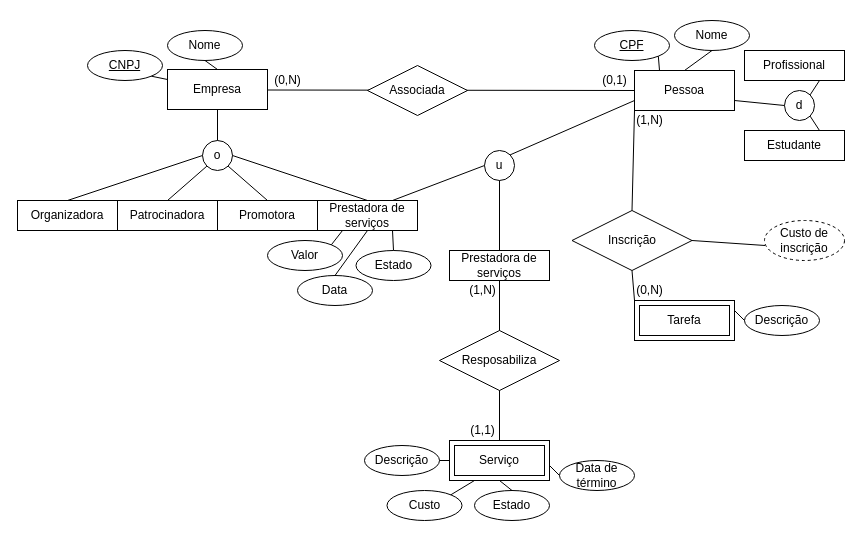
VictorZuccolotto/TesteGit keeps this draw.io diagram as Untitled Diagram.drawio. Above is the earlier version. Source tidied: cells renumbered, new cells numbered last; positions are measured from the earlier drawing's top-left corner, leaving out a move shared by most shapes. Both pictures are drawn from the tidied source at 100%, with x=0, y=0 at pixel (17, 20).
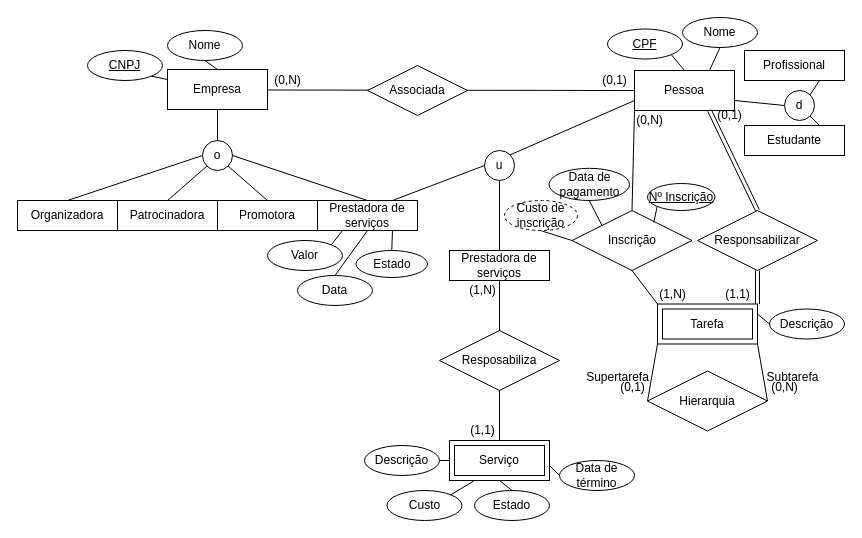
After the change.

The change refers to these unchanged cells:
```xml
<mxCell id="3" value="Pessoa" style="whiteSpace=wrap;html=1;align=center;" parent="1" vertex="1">
  <mxGeometry x="617" y="50" width="100" height="40" as="geometry" />
</mxCell>
<mxCell id="21" value="Inscrição" style="shape=rhombus;perimeter=rhombusPerimeter;whiteSpace=wrap;html=1;align=center;" parent="1" vertex="1">
  <mxGeometry x="554.5" y="190" width="120" height="60" as="geometry" />
</mxCell>
```

The edit, as a diff of the source:
```diff
@@
     <mxCell id="9" value="CPF" style="ellipse;whiteSpace=wrap;html=1;align=center;fontStyle=4;" parent="1" vertex="1">
-      <mxGeometry x="577" y="10" width="75" height="30" as="geometry" />
+      <mxGeometry x="590" y="8.5" width="75" height="30" as="geometry" />
     </mxCell>
@@
     <mxCell id="11" value="Nome" style="ellipse;whiteSpace=wrap;html=1;align=center;" parent="1" vertex="1">
-      <mxGeometry x="657" width="75" height="30" as="geometry" />
+      <mxGeometry x="665" y="-3" width="75" height="30" as="geometry" />
     </mxCell>
@@
     <mxCell id="17" value="Estudante" style="whiteSpace=wrap;html=1;align=center;" parent="1" vertex="1">
-      <mxGeometry x="727" y="110" width="100" height="30" as="geometry" />
+      <mxGeometry x="727" y="105" width="100" height="30" as="geometry" />
     </mxCell>
@@
     <mxCell id="30" value="Descrição" style="ellipse;whiteSpace=wrap;html=1;align=center;" parent="1" vertex="1">
-      <mxGeometry x="727" y="285" width="75" height="30" as="geometry" />
+      <mxGeometry x="752" y="288.5" width="75" height="30" as="geometry" />
     </mxCell>
-    <mxCell id="31" value="(1,N)" style="text;html=1;align=center;verticalAlign=middle;" parent="1" vertex="1">
+    <mxCell id="31" value="(0,N)" style="text;html=1;align=center;verticalAlign=middle;" parent="1" vertex="1">
       <mxGeometry x="612" y="90" width="40" height="20" as="geometry" />
     </mxCell>
@@
-    <mxCell id="49" style="endArrow=none;html=1;rounded=0;entryX=0;entryY=0;entryDx=0;entryDy=0;exitX=0.5;exitY=1;exitDx=0;exitDy=0;" parent="1" edge="1" source="21">
-      <mxGeometry relative="1" as="geometry">
-        <mxPoint x="617" y="280" as="targetPoint" />
-      </mxGeometry>
+    <mxCell id="49" style="endArrow=none;html=1;rounded=0;entryX=0;entryY=0;entryDx=0;entryDy=0;exitX=0.5;exitY=1;exitDx=0;exitDy=0;" parent="1" edge="1" source="21" target="53">
+      <mxGeometry relative="1" as="geometry" />
     </mxCell>
-    <mxCell id="50" value="(0,N)" style="text;html=1;align=center;verticalAlign=middle;" parent="1" vertex="1">
-      <mxGeometry x="612" y="260" width="40" height="20" as="geometry" />
+    <mxCell id="50" value="(1,N)" style="text;html=1;align=center;verticalAlign=middle;" parent="1" vertex="1">
+      <mxGeometry x="634.5" y="263.5" width="40" height="20" as="geometry" />
     </mxCell>
-    <mxCell id="51" style="endArrow=none;html=1;rounded=0;entryX=0.008;entryY=0.625;entryDx=0;entryDy=0;exitX=1;exitY=0.5;exitDx=0;exitDy=0;entryPerimeter=0;" parent="1" edge="1" source="21" target="52">
+    <mxCell id="51" style="endArrow=none;html=1;rounded=0;entryX=0.008;entryY=0.625;entryDx=0;entryDy=0;entryPerimeter=0;exitX=0;exitY=0.5;exitDx=0;exitDy=0;" parent="1" edge="1" source="21" target="52">
       <mxGeometry relative="1" as="geometry" />
     </mxCell>
     <mxCell id="52" value="Custo de inscrição" style="ellipse;whiteSpace=wrap;html=1;align=center;dashed=1;" parent="1" vertex="1">
-      <mxGeometry x="747" y="200" width="80" height="40" as="geometry" />
+      <mxGeometry x="487" y="180" width="73" height="30" as="geometry" />
     </mxCell>
     <mxCell id="53" value="Tarefa" style="shape=ext;margin=3;double=1;whiteSpace=wrap;html=1;align=center;" parent="1" vertex="1">
-      <mxGeometry x="617" y="280" width="100" height="40" as="geometry" />
+      <mxGeometry x="640" y="283.5" width="100" height="40" as="geometry" />
     </mxCell>
@@
-    <mxCell id="55" style="endArrow=none;html=1;rounded=0;entryX=1;entryY=1;entryDx=0;entryDy=0;exitX=0.25;exitY=0;exitDx=0;exitDy=0;" parent="1" edge="1" source="3" target="9">
+    <mxCell id="55" style="endArrow=none;html=1;rounded=0;entryX=1;entryY=1;entryDx=0;entryDy=0;exitX=0.5;exitY=0;exitDx=0;exitDy=0;" parent="1" edge="1" source="3" target="9">
       <mxGeometry relative="1" as="geometry" />
     </mxCell>
-    <mxCell id="56" style="endArrow=none;html=1;rounded=0;entryX=0.5;entryY=1;entryDx=0;entryDy=0;exitX=0.5;exitY=0;exitDx=0;exitDy=0;" parent="1" edge="1" source="3" target="11">
+    <mxCell id="56" style="endArrow=none;html=1;rounded=0;entryX=0.5;entryY=1;entryDx=0;entryDy=0;exitX=0.75;exitY=0;exitDx=0;exitDy=0;" parent="1" edge="1" source="3" target="11">
       <mxGeometry relative="1" as="geometry" />
     </mxCell>
@@
     <mxCell id="59" value="Estado" style="ellipse;whiteSpace=wrap;html=1;align=center;" parent="1" vertex="1">
-      <mxGeometry x="338.5" y="230" width="75" height="30" as="geometry" />
+      <mxGeometry x="338.5" y="230" width="71.5" height="27" as="geometry" />
     </mxCell>
@@
+    <mxCell id="66" value="Hierarquia" style="shape=rhombus;perimeter=rhombusPerimeter;whiteSpace=wrap;html=1;align=center;" parent="1" vertex="1">
+      <mxGeometry x="630" y="350.5" width="120" height="60" as="geometry" />
+    </mxCell>
+    <mxCell id="67" style="endArrow=none;html=1;rounded=0;entryX=0;entryY=1;entryDx=0;entryDy=0;exitX=0;exitY=0.5;exitDx=0;exitDy=0;" parent="1" edge="1" source="66" target="53">
+      <mxGeometry relative="1" as="geometry" />
+    </mxCell>
+    <mxCell id="68" style="endArrow=none;html=1;rounded=0;entryX=1;entryY=1;entryDx=0;entryDy=0;exitX=1;exitY=0.5;exitDx=0;exitDy=0;" parent="1" edge="1" source="66" target="53">
+      <mxGeometry relative="1" as="geometry" />
+    </mxCell>
+    <mxCell id="69" value="Supertarefa" style="text;html=1;align=center;verticalAlign=middle;" parent="1" vertex="1">
+      <mxGeometry x="560" y="347" width="80" height="20" as="geometry" />
+    </mxCell>
+    <mxCell id="70" value="Subtarefa" style="text;html=1;align=center;verticalAlign=middle;" parent="1" vertex="1">
+      <mxGeometry x="740" y="347" width="70" height="20" as="geometry" />
+    </mxCell>
+    <mxCell id="71" value="(0,1)" style="text;html=1;align=center;verticalAlign=middle;" parent="1" vertex="1">
+      <mxGeometry x="594.5" y="357" width="40" height="20" as="geometry" />
+    </mxCell>
+    <mxCell id="72" value="(0,N)" style="text;html=1;align=center;verticalAlign=middle;" parent="1" vertex="1">
+      <mxGeometry x="747" y="357" width="40" height="20" as="geometry" />
+    </mxCell>
+    <mxCell id="73" value="Responsabilizar" style="shape=rhombus;perimeter=rhombusPerimeter;whiteSpace=wrap;html=1;align=center;" parent="1" vertex="1">
+      <mxGeometry x="680" y="190" width="120" height="60" as="geometry" />
+    </mxCell>
+    <mxCell id="74" style="shape=link;html=1;rounded=0;entryX=0.75;entryY=1;entryDx=0;entryDy=0;exitX=0.5;exitY=0;exitDx=0;exitDy=0;" parent="1" edge="1" source="73" target="3">
+      <mxGeometry relative="1" as="geometry" />
+    </mxCell>
+    <mxCell id="75" style="shape=link;html=1;rounded=0;exitX=0.5;exitY=1;exitDx=0;exitDy=0;entryX=1;entryY=0;entryDx=0;entryDy=0;" parent="1" edge="1" source="73" target="53">
+      <mxGeometry relative="1" as="geometry" />
+    </mxCell>
+    <mxCell id="76" value="(0,1)" style="text;html=1;align=center;verticalAlign=middle;" parent="1" vertex="1">
+      <mxGeometry x="692" y="85" width="40" height="20" as="geometry" />
+    </mxCell>
+    <mxCell id="77" value="(1,1)" style="text;html=1;align=center;verticalAlign=middle;" parent="1" vertex="1">
+      <mxGeometry x="700" y="263.5" width="40" height="20" as="geometry" />
+    </mxCell>
+    <mxCell id="78" value="Nº Inscrição" style="ellipse;whiteSpace=wrap;html=1;align=center;fontStyle=4;" parent="1" vertex="1">
+      <mxGeometry x="630" y="163" width="67.5" height="27" as="geometry" />
+    </mxCell>
+    <mxCell id="79" style="endArrow=none;html=1;rounded=0;entryX=0;entryY=1;entryDx=0;entryDy=0;exitX=0.681;exitY=0.2;exitDx=0;exitDy=0;exitPerimeter=0;" parent="1" edge="1" source="21" target="78">
+      <mxGeometry relative="1" as="geometry" />
+    </mxCell>
+    <mxCell id="80" value="Data de pagamento" style="ellipse;whiteSpace=wrap;html=1;align=center;" parent="1" vertex="1">
+      <mxGeometry x="531.5" y="147.8" width="80.5" height="32.2" as="geometry" />
+    </mxCell>
+    <mxCell id="81" style="endArrow=none;html=1;rounded=0;entryX=0.5;entryY=1;entryDx=0;entryDy=0;exitX=0;exitY=0;exitDx=0;exitDy=0;" parent="1" edge="1" source="21" target="80">
+      <mxGeometry relative="1" as="geometry" />
+    </mxCell>
```
